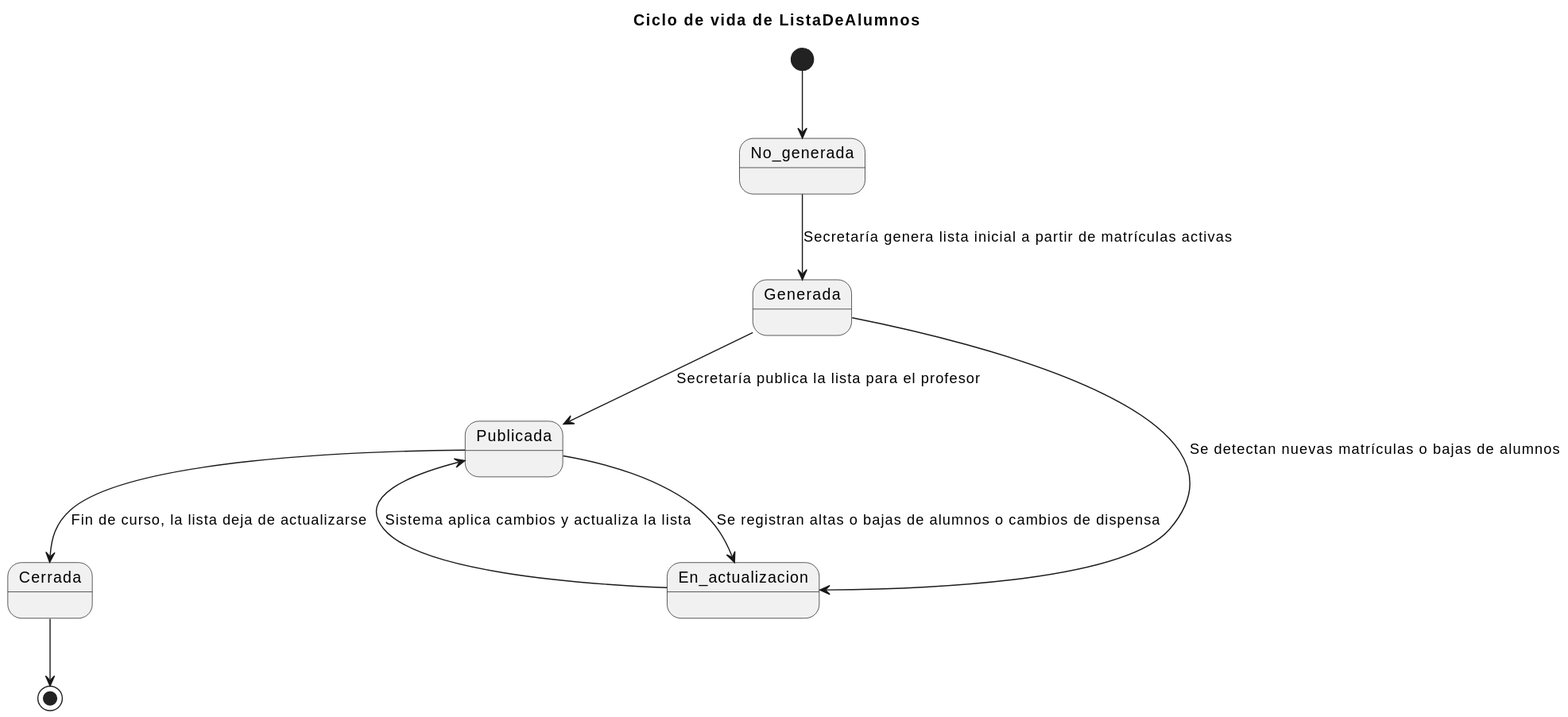
Above: documents/ModeloDelDominio/DiagramasDeEstado/ListaAlumno/ListaAlumno.svg in enmabry/25-26-IdSw1-SdR (PlantUML), before the change.
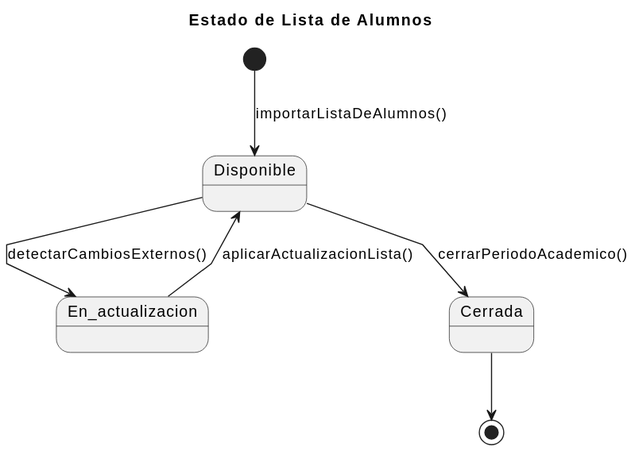
After the commit.

Diff of the diagram source:
```diff
@@ -1,14 +1,13 @@
 @startuml
-title Ciclo de vida de ListaDeAlumnos
+title Estado de Lista de Alumnos
 
-[*] --> No_generada
+skinparam linetype polyline
 
-No_generada --> Generada        : Secretaría genera lista inicial a partir de matrículas activas
-Generada     --> Publicada      : Secretaría publica la lista para el profesor
-Generada     --> En_actualizacion : Se detectan nuevas matrículas o bajas de alumnos
-Publicada    --> En_actualizacion : Se registran altas o bajas de alumnos o cambios de dispensa
-En_actualizacion --> Publicada  : Sistema aplica cambios y actualiza la lista
-Publicada    --> Cerrada        : Fin de curso, la lista deja de actualizarse
+[*] --> Disponible : importarListaDeAlumnos()
 
+Disponible --> En_actualizacion : detectarCambiosExternos()
+En_actualizacion --> Disponible : aplicarActualizacionLista()
+
+Disponible --> Cerrada : cerrarPeriodoAcademico()
 Cerrada --> [*]
 @enduml
```
